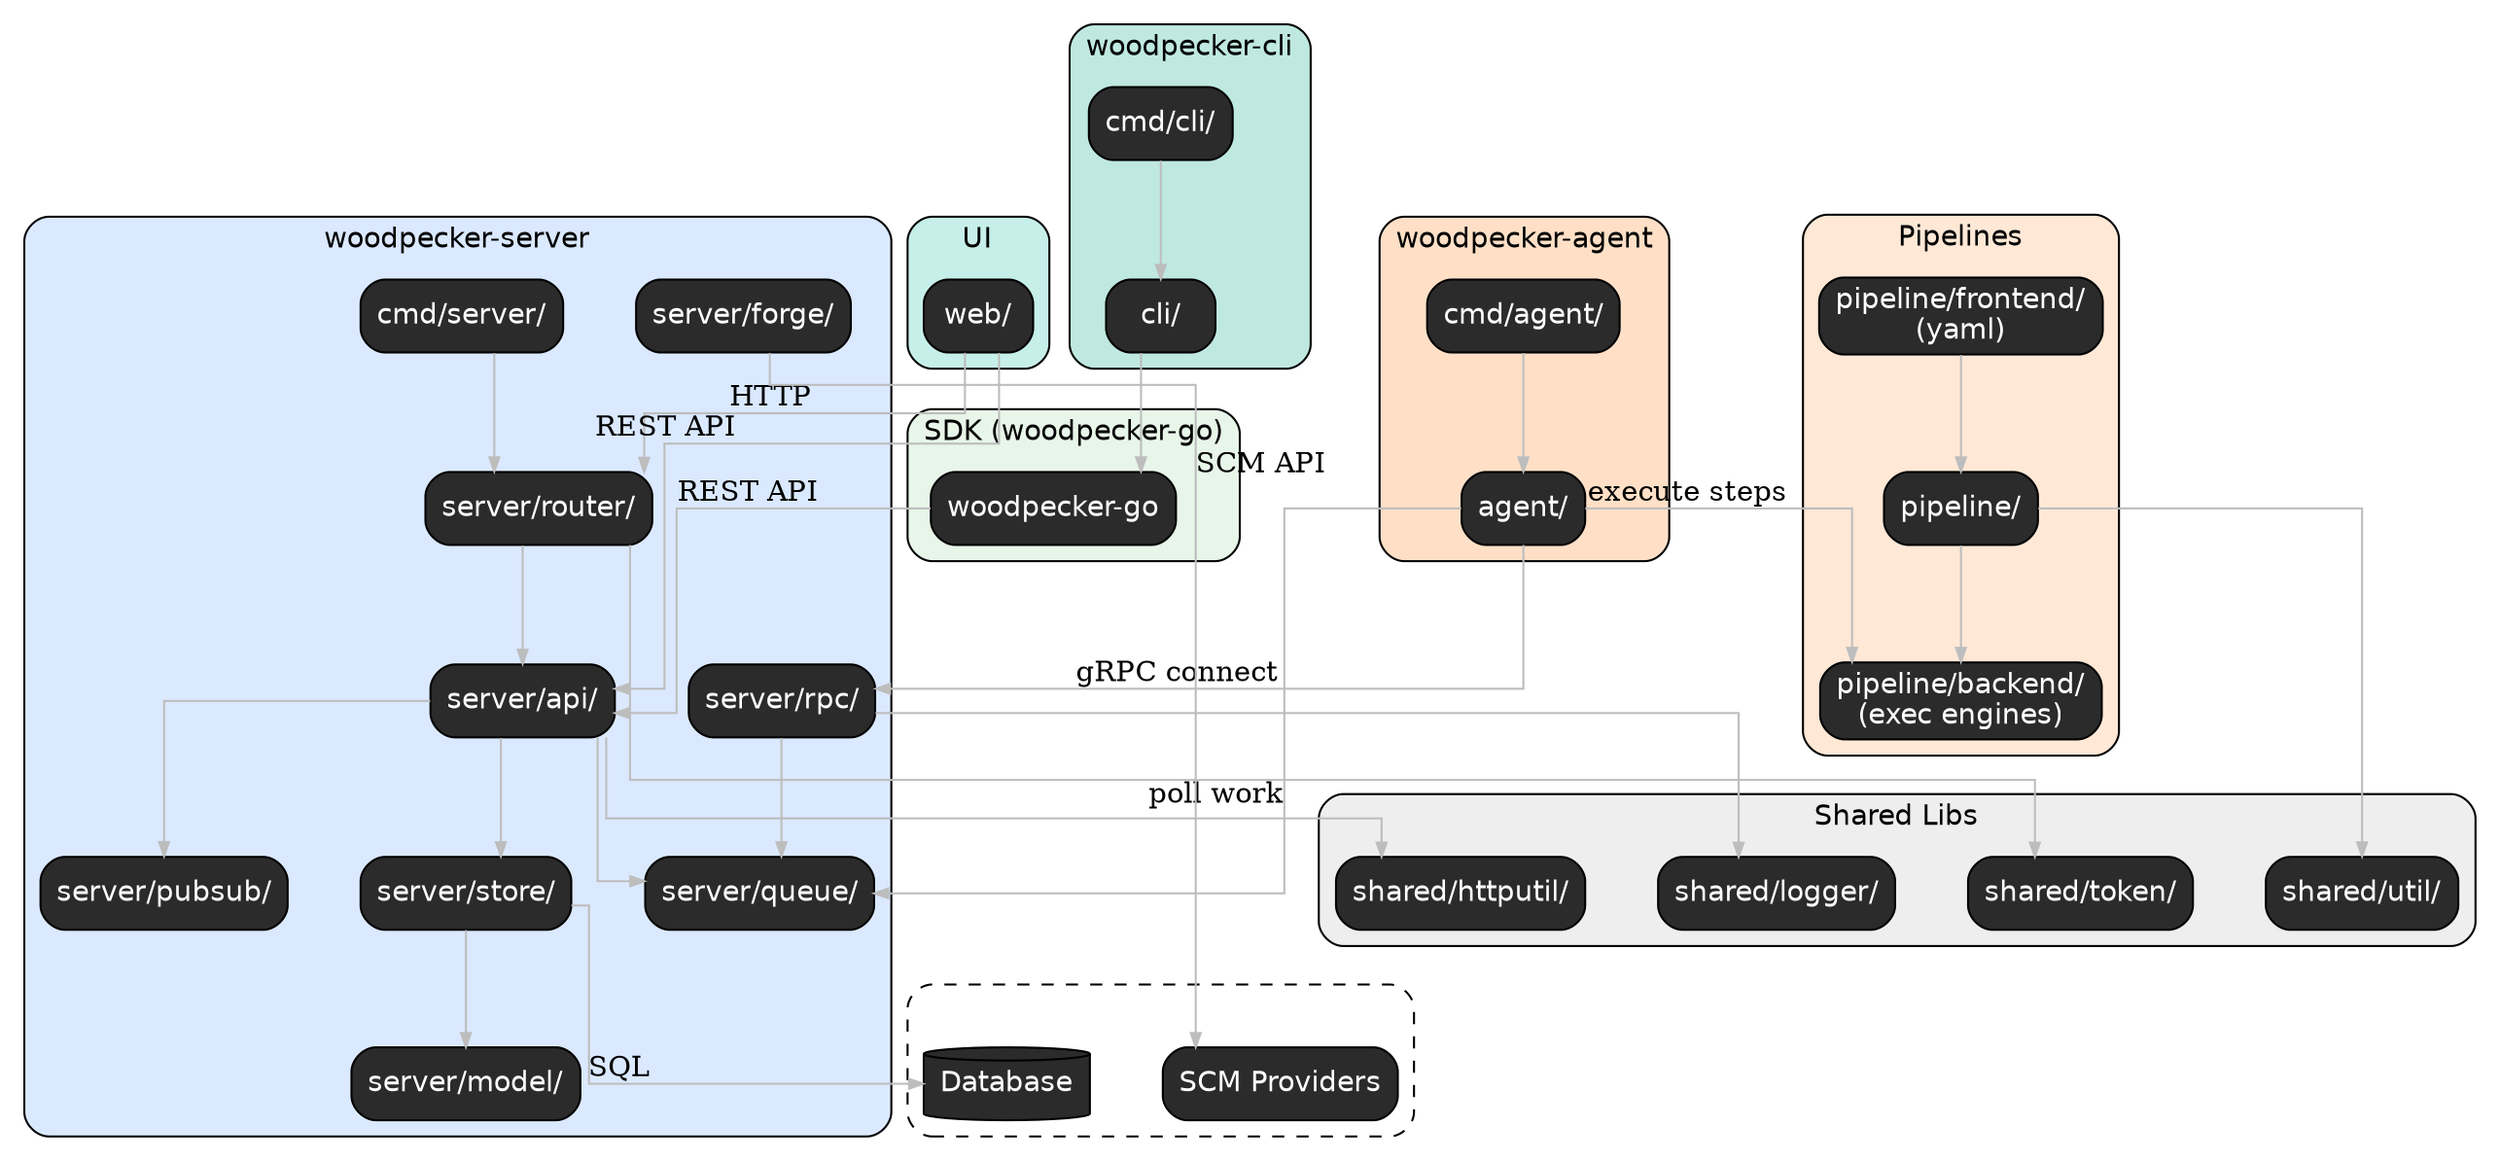
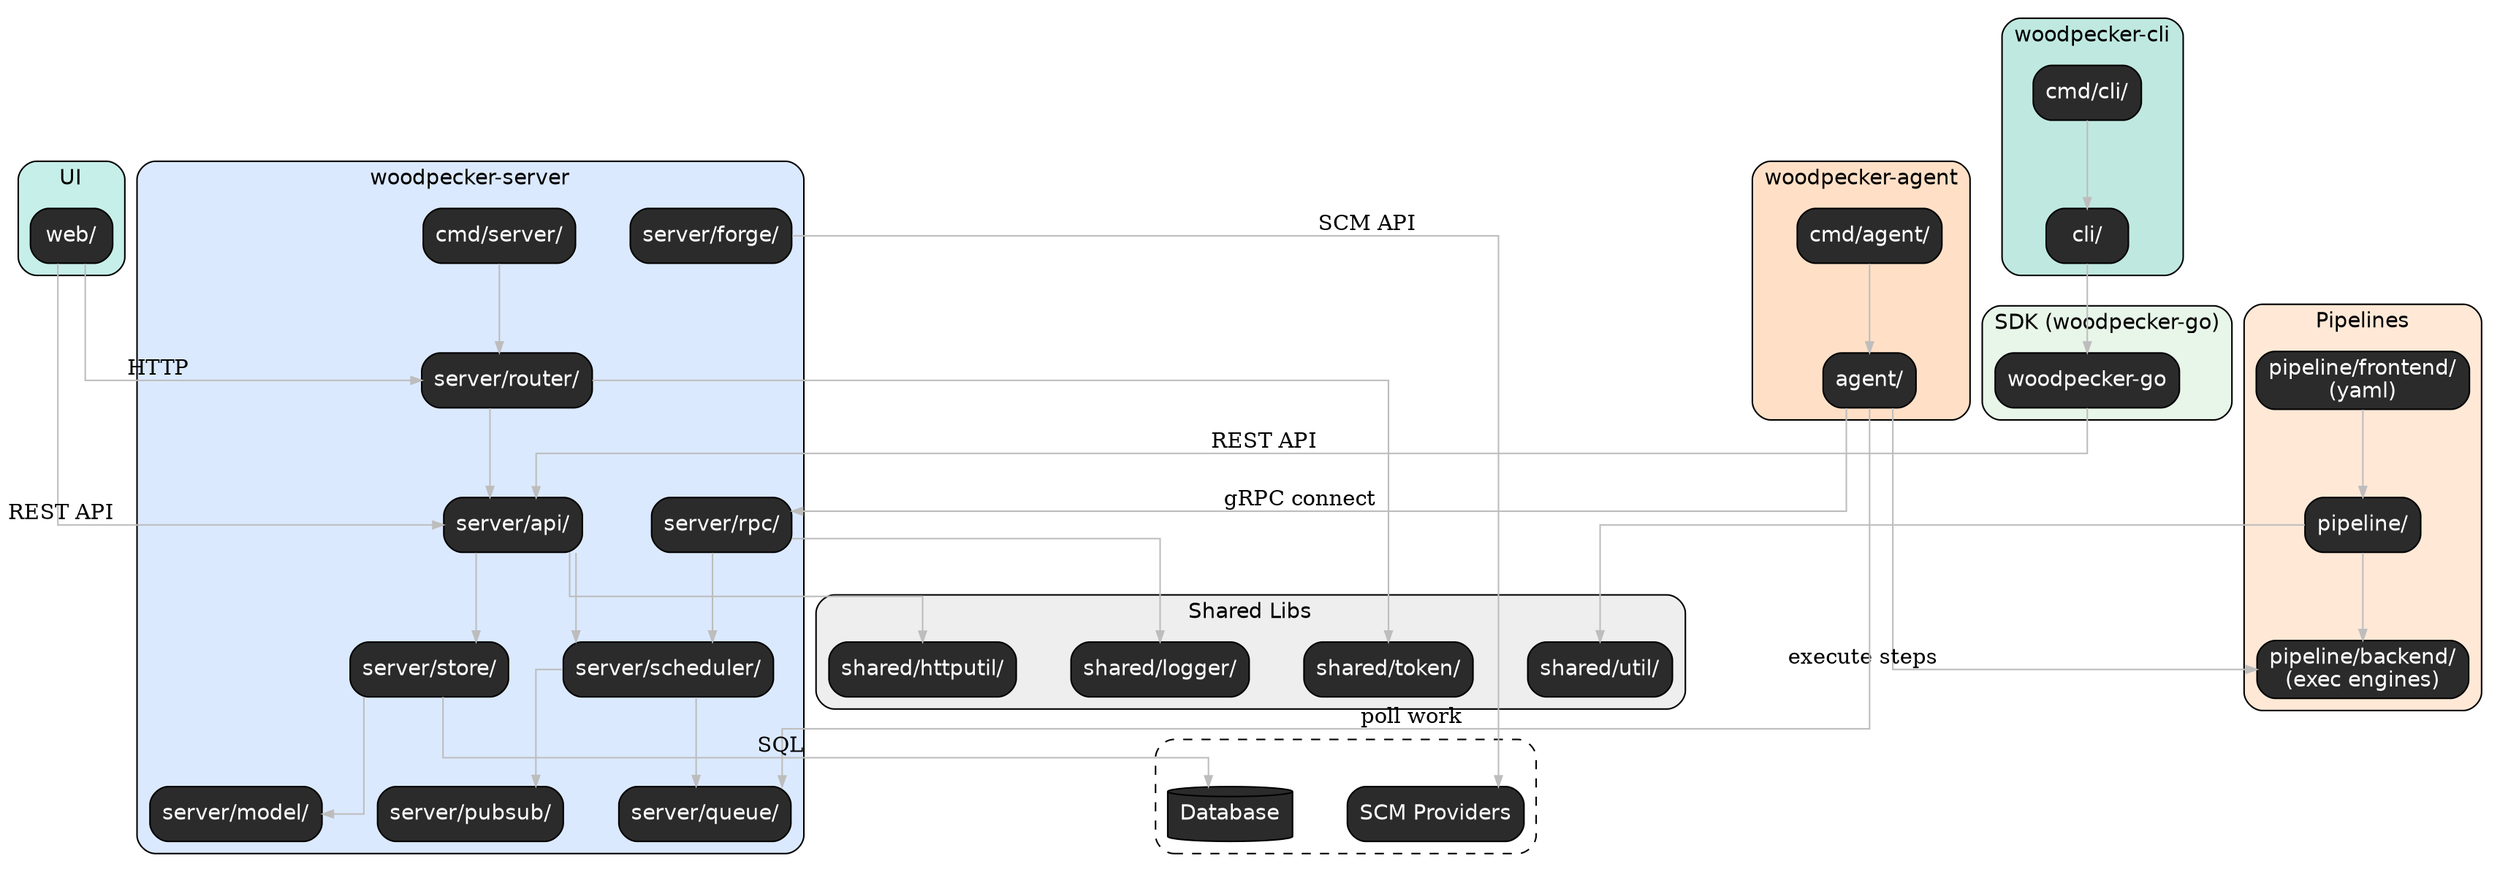
digraph WoodpeckerArchitecture {
  graph [
    rankdir=TB,
    splines=ortho,
    nodesep=0.5,
    ranksep=0.8,
    fontname="Helvetica"
  ]

  node [
    shape=box,
    style="rounded,filled",
    fillcolor="#2b2b2b",
    fontcolor="white",
    fontname="Helvetica"
  ]

  edge [
    color="#bdbdbd",
    arrowsize=0.7
  ]

  /* ===================== UI ===================== */
  subgraph cluster_ui {
    label="UI"
    fillcolor="#c7efe9"
    fontcolor="black"
    style="rounded,filled"

    ui_web [label="web/"]
  }

  /* ===================== SDK ===================== */
  subgraph cluster_sdk {
    label="SDK (woodpecker-go)"
    fillcolor="#e8f5e9"
    fontcolor="black"
    style="rounded,filled"

    sdk [label="woodpecker-go"]
  }

  /* ===================== CLI ===================== */
  subgraph cluster_cli {
    label="woodpecker-cli"
    fillcolor="#bfe9e0"
    fontcolor="black"
    style="rounded,filled"

    cli_cmd  [label="cmd/cli/"]
    cli_core [label="cli/"]
  }

  /* ===================== Agent ===================== */
  subgraph cluster_agent {
    label="woodpecker-agent"
    fillcolor="#ffe0c7"
    fontcolor="black"
    style="rounded,filled"

    agent_cmd  [label="cmd/agent/"]
    agent_core [label="agent/"]
  }

  /* ===================== Pipelines ===================== */
  subgraph cluster_pipelines {
    label="Pipelines"
    fillcolor="#ffe8d6"
    fontcolor="black"
    style="rounded,filled"

    pipe_core      [label="pipeline/"]
    pipe_frontend  [label="pipeline/frontend/\n(yaml)"]
    pipe_backend   [label="pipeline/backend/\n(exec engines)"]
  }

  /* ===================== Server ===================== */
  subgraph cluster_server {
    label="woodpecker-server"
    fillcolor="#dbe9ff"
    fontcolor="black"
    style="rounded,filled"

-     srv_cmd     [label="cmd/server/"]
-     srv_router  [label="server/router/"]
-     srv_api     [label="server/api/"]
-     srv_grpc    [label="server/rpc/"]
-     srv_queue   [label="server/queue/"]
-     srv_pubsub  [label="server/pubsub/"]
-     srv_store   [label="server/store/"]
-     srv_model   [label="server/model/"]
-     srv_forge   [label="server/forge/"]
+     srv_cmd       [label="cmd/server/"]
+     srv_router    [label="server/router/"]
+     srv_api       [label="server/api/"]
+     srv_grpc      [label="server/rpc/"]
+     srv_scheduler [label="server/scheduler/"]
+     srv_queue     [label="server/queue/"]
+     srv_pubsub    [label="server/pubsub/"]
+     srv_store     [label="server/store/"]
+     srv_model     [label="server/model/"]
+     srv_forge     [label="server/forge/"]
  }

  /* ===================== Shared Libs ===================== */
  subgraph cluster_shared {
    label="Shared Libs"
    fillcolor="#eeeeee"
    fontcolor="black"
    style="rounded,filled"

    shared_util   [label="shared/util/"]
    shared_token  [label="shared/token/"]
    shared_http   [label="shared/httputil/"]
    shared_log    [label="shared/logger/"]
  }

  /* ===================== External ===================== */
  subgraph cluster_external {
    label="External Systems"
    style="rounded,dashed"
    fontcolor="white"

    ext_scm [label="SCM Providers", shape=cloud]
    ext_db  [label="Database", shape=cylinder]
  }

  /* ===================== Runtime Interactions ===================== */

  /* UI */
  ui_web -> srv_router [xlabel="HTTP"]
  ui_web -> srv_api    [xlabel="REST API"]

  /* CLI */
  cli_cmd  -> cli_core
  cli_core -> sdk
  sdk      -> srv_api [xlabel="REST API"]

  /* Agent */
  agent_cmd  -> agent_core
  agent_core -> srv_grpc  [xlabel="gRPC connect"]
  agent_core -> srv_queue [xlabel="poll work"]
  agent_core -> pipe_backend [xlabel="execute steps"]

  /* Pipelines */
  pipe_frontend -> pipe_core
  pipe_core     -> pipe_backend

  /* Server internal flow */
-   srv_cmd    -> srv_router
-   srv_router -> srv_api
-   srv_api    -> srv_store
-   srv_api    -> srv_pubsub
-   srv_api    -> srv_queue
-   srv_grpc   -> srv_queue
-   srv_store  -> srv_model
+   srv_cmd       -> srv_router
+   srv_router    -> srv_api
+   srv_api       -> srv_store
+   srv_api       -> srv_scheduler
+   srv_grpc      -> srv_scheduler
+   srv_scheduler -> srv_queue
+   srv_scheduler -> srv_pubsub
+   srv_store     -> srv_model

  /* External integrations */
  srv_forge -> ext_scm [xlabel="SCM API"]
  srv_store -> ext_db  [xlabel="SQL"]

  /* Shared libs usage (consumer -> library) */
  srv_router -> shared_token
  srv_api    -> shared_http
  srv_grpc   -> shared_log
  pipe_core  -> shared_util
}
